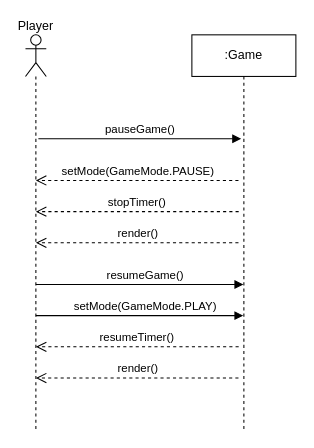
zeynepyorulmaz/Rogue-Like keeps this draw.io diagram as System Sequence Diagrams (SSD)/Pause_Resume_Game.drawio. Above is the earlier version. Source tidied: cells renumbered, new cells numbered last; positions are measured from the earlier drawing's top-left corner, leaving out a move shared by most shapes. Both pictures are drawn from the tidied source at 104%, with x=0, y=0 at pixel (25, 34).
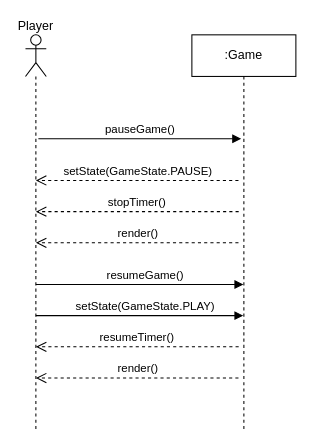
After the change.

Change to the diagram source:
```diff
@@
-    <mxCell id="5" value="setMode(GameMode.PAUSE)" style="html=1;verticalAlign=bottom;endArrow=open;dashed=1;endSize=8;curved=0;rounded=0;" parent="1" edge="1">
+    <mxCell id="5" value="setState(GameState.PAUSE)" style="html=1;verticalAlign=bottom;endArrow=open;dashed=1;endSize=8;curved=0;rounded=0;" parent="1" edge="1">
       <mxGeometry relative="1" as="geometry">
         <mxPoint x="204.8" y="140" as="sourcePoint" />
         <mxPoint x="10" y="140" as="targetPoint" />
         <Array as="points">
           <mxPoint x="119.8" y="140" />
         </Array>
       </mxGeometry>
     </mxCell>
@@
-    <mxCell id="8" value="setMode(GameMode.PLAY)" style="html=1;verticalAlign=bottom;endArrow=block;curved=0;rounded=0;" parent="1" edge="1">
+    <mxCell id="8" value="setState(GameState.PLAY)" style="html=1;verticalAlign=bottom;endArrow=block;curved=0;rounded=0;" parent="1" edge="1">
       <mxGeometry x="0.05" relative="1" as="geometry">
         <mxPoint x="10" y="270" as="sourcePoint" />
         <mxPoint x="209.5" y="270" as="targetPoint" />
       </mxGeometry>
     </mxCell>
```
